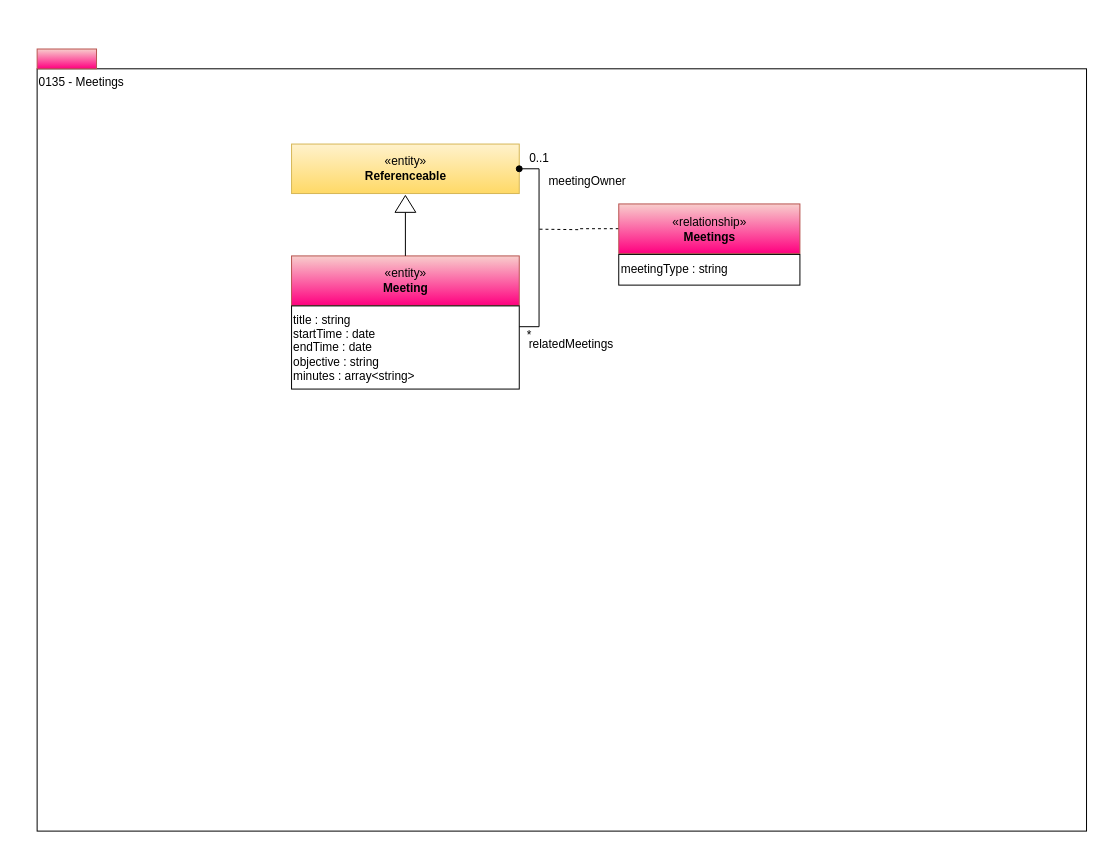
Before: page "0135-Meetings" (11 of 16) of site/docs/types/1/area-1-collaboration.drawio in odpi/egeria-docs, a draw.io diagram. Source tidied: cells renumbered, new cells numbered last; positions are measured from the earlier drawing's top-left corner, leaving out a move shared by most shapes. Both pictures are drawn from the tidied source at 99%, with x=0, y=0 at pixel (37, 49).
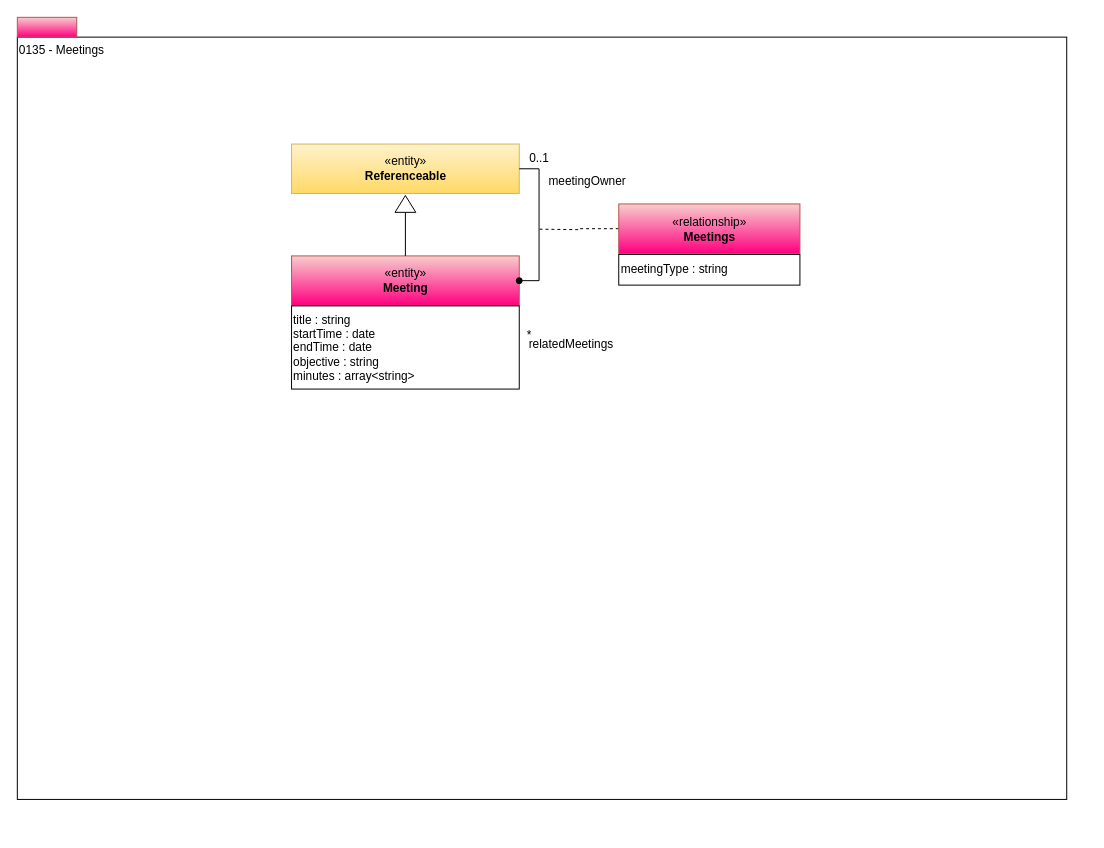
The same page after the edit.

The edit, as a diff of the source:
```diff
@@
 <mxGraphModel>
   <root>
     <mxCell id="0" />
     <mxCell id="1" parent="0" />
     <mxCell id="2" value="0135 - Meetings" style="rounded=0;whiteSpace=wrap;html=1;align=left;verticalAlign=top;" parent="1" vertex="1">
-      <mxGeometry y="20" width="1060" height="770" as="geometry" />
+      <mxGeometry x="-20" y="-12" width="1060" height="770" as="geometry" />
     </mxCell>
     <mxCell id="3" value="«entity»&lt;br&gt;&lt;b&gt;Meeting&lt;/b&gt;" style="html=1;strokeColor=#b85450;align=center;fillColor=#f8cecc;gradientColor=#FF0080;" parent="1" vertex="1">
       <mxGeometry x="257" y="209" width="230" height="50" as="geometry" />
     </mxCell>
     <mxCell id="4" style="html=1;strokeColor=#b85450;align=center;fillColor=#f8cecc;gradientColor=#FF0080;" parent="1" vertex="1">
-      <mxGeometry width="60" height="20" as="geometry" />
+      <mxGeometry x="-20" y="-32" width="60" height="20" as="geometry" />
     </mxCell>
     <mxCell id="5" value="title : string&lt;br&gt;startTime : date&lt;br&gt;endTime : date&lt;br&gt;objective : string&lt;br&gt;minutes : array&amp;lt;string&amp;gt;&lt;br&gt;" style="rounded=0;whiteSpace=wrap;html=1;align=left;" parent="1" vertex="1">
       <mxGeometry x="257" y="259.5" width="230" height="84" as="geometry" />
     </mxCell>
     <mxCell id="6" style="edgeStyle=orthogonalEdgeStyle;rounded=0;html=1;exitX=0;exitY=0.5;entryX=0.5;entryY=0;jettySize=auto;endArrow=none;endFill=0;" parent="1" edge="1" source="7" target="3">
       <mxGeometry relative="1" as="geometry" />
     </mxCell>
     <mxCell id="7" style="triangle;whiteSpace=wrap;html=1;strokeColor=#000000;gradientColor=#ffffff;align=center;rotation=-90;" parent="1" vertex="1">
       <mxGeometry x="363.5" y="146" width="17" height="21" as="geometry" />
     </mxCell>
     <mxCell id="8" style="edgeStyle=orthogonalEdgeStyle;rounded=0;html=1;exitX=0;exitY=0.5;endArrow=none;endFill=0;jettySize=auto;dashed=1;" parent="1" edge="1" source="9">
       <mxGeometry relative="1" as="geometry">
         <mxPoint x="507" y="182" as="targetPoint" />
       </mxGeometry>
     </mxCell>
     <mxCell id="9" value="«relationship»&lt;br&gt;&lt;b&gt;Meetings&lt;/b&gt;" style="html=1;strokeColor=#b85450;align=center;fillColor=#f8cecc;gradientColor=#FF0080;" parent="1" vertex="1">
       <mxGeometry x="587.5" y="156.5" width="183" height="50" as="geometry" />
     </mxCell>
     <mxCell id="10" value="*" style="text;html=1;align=center;verticalAlign=top;spacingTop=-4;" parent="1" vertex="1">
       <mxGeometry x="487" y="279" width="20" height="20" as="geometry" />
     </mxCell>
     <mxCell id="11" value="0..1" style="text;html=1;align=center;verticalAlign=top;spacingTop=-4;" parent="1" vertex="1">
       <mxGeometry x="487" y="101" width="40" height="20" as="geometry" />
     </mxCell>
     <mxCell id="12" value="«entity»&lt;br&gt;&lt;b&gt;Referenceable&lt;/b&gt;" style="html=1;strokeColor=#d6b656;align=center;fillColor=#fff2cc;gradientColor=#ffd966;" parent="1" vertex="1">
       <mxGeometry x="257" y="96" width="230" height="50" as="geometry" />
     </mxCell>
     <mxCell id="13" value="meetingType : string" style="rounded=0;whiteSpace=wrap;html=1;strokeColor=#000000;gradientColor=#ffffff;align=left;" parent="1" vertex="1">
       <mxGeometry x="587.5" y="207.5" width="183" height="31" as="geometry" />
     </mxCell>
     <mxCell id="14" value="meetingOwner" style="text;html=1;align=left;verticalAlign=top;spacingTop=-4;" parent="1" vertex="1">
       <mxGeometry x="515" y="124" width="90" height="20" as="geometry" />
     </mxCell>
     <mxCell id="15" value="relatedMeetings" style="text;html=1;align=left;verticalAlign=top;spacingTop=-4;" parent="1" vertex="1">
       <mxGeometry x="495" y="289" width="100" height="20" as="geometry" />
     </mxCell>
-    <mxCell id="16" style="edgeStyle=orthogonalEdgeStyle;rounded=0;html=1;exitX=1;exitY=0.25;endArrow=oval;endFill=1;jettySize=auto;entryX=1;entryY=0.5;" parent="1" edge="1" source="5" target="12">
+    <mxCell id="16" style="edgeStyle=orthogonalEdgeStyle;rounded=0;html=1;exitX=1;exitY=0.5;endArrow=oval;endFill=1;jettySize=auto;entryX=1;entryY=0.5;entryDx=0;entryDy=0;exitDx=0;exitDy=0;" parent="1" edge="1" source="12" target="3">
       <mxGeometry relative="1" as="geometry" />
     </mxCell>
   </root>
 </mxGraphModel>
```
